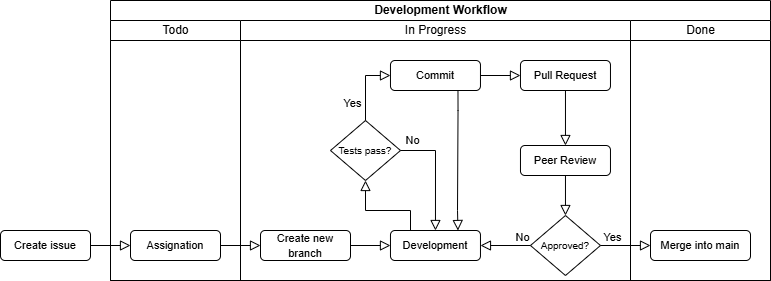
ITU-BDSA2024-GROUP18/Chirp keeps this draw.io diagram as docs/images/WorkflowDiagram.png. Above is the earlier version. Source tidied: cells renumbered, new cells last; positions are measured from the earlier drawing's top-left corner, leaving out a move shared by most shapes.
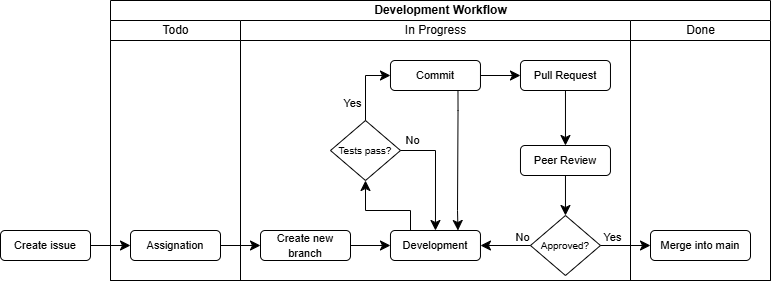
After the commit.

Commit message:
Edit ActivityDiagram & WorkflowDiagram

Diff of the diagram source:
```diff
@@ -20,7 +20,7 @@
     <mxCell id="7" value="&lt;span style=&quot;font-size: 11px;&quot;&gt;Commit&lt;/span&gt;" style="rounded=1;whiteSpace=wrap;html=1;fontSize=12;glass=0;strokeWidth=1;shadow=0;" parent="5" vertex="1">
       <mxGeometry x="150" y="40" width="90" height="30" as="geometry" />
     </mxCell>
-    <mxCell id="8" style="edgeStyle=orthogonalEdgeStyle;rounded=0;html=1;jettySize=auto;fontSize=11;endArrow=block;endFill=0;endSize=8;strokeWidth=1;shadow=0;labelBackgroundColor=none;exitX=0.75;exitY=1;exitDx=0;exitDy=0;spacingRight=-3;entryX=0.75;entryY=0;entryDx=0;entryDy=0;" parent="5" edge="1" source="7" target="6">
+    <mxCell id="8" style="edgeStyle=orthogonalEdgeStyle;rounded=0;html=1;jettySize=auto;fontSize=11;endArrow=classic;endFill=1;endSize=8;strokeWidth=1;shadow=0;labelBackgroundColor=none;exitX=0.75;exitY=1;exitDx=0;exitDy=0;spacingRight=-3;entryX=0.75;entryY=0;entryDx=0;entryDy=0;" parent="5" edge="1" source="7" target="6">
       <mxGeometry y="10" relative="1" as="geometry">
         <Array as="points">
           <mxPoint x="217" y="90" />
@@ -36,13 +36,13 @@
     <mxCell id="10" value="&lt;font&gt;Tests pass?&lt;/font&gt;" style="rhombus;whiteSpace=wrap;html=1;shadow=0;fontFamily=Helvetica;fontSize=10;align=center;strokeWidth=1;spacing=6;spacingTop=0;verticalAlign=middle;horizontal=1;" parent="5" vertex="1">
       <mxGeometry x="90" y="100" width="70" height="60" as="geometry" />
     </mxCell>
-    <mxCell id="11" value="Yes" style="rounded=0;html=1;jettySize=auto;fontSize=11;endArrow=block;endFill=0;endSize=8;strokeWidth=1;shadow=0;labelBackgroundColor=none;edgeStyle=orthogonalEdgeStyle;entryX=0;entryY=0.5;entryDx=0;entryDy=0;spacingTop=0;spacingRight=16;exitX=0.5;exitY=0;exitDx=0;exitDy=0;" parent="5" edge="1" source="10" target="7">
+    <mxCell id="11" value="Yes" style="rounded=0;html=1;jettySize=auto;fontSize=11;endArrow=classic;endFill=1;endSize=8;strokeWidth=1;shadow=0;labelBackgroundColor=none;edgeStyle=orthogonalEdgeStyle;entryX=0;entryY=0.5;entryDx=0;entryDy=0;spacingTop=0;spacingRight=16;exitX=0.5;exitY=0;exitDx=0;exitDy=0;" parent="5" edge="1" source="10" target="7">
       <mxGeometry x="-0.5" y="5" relative="1" as="geometry" />
     </mxCell>
-    <mxCell id="12" value="No" style="rounded=0;html=1;jettySize=auto;fontSize=11;endArrow=block;endFill=0;endSize=8;strokeWidth=1;shadow=0;labelBackgroundColor=none;edgeStyle=orthogonalEdgeStyle;entryX=0.5;entryY=0;entryDx=0;entryDy=0;spacingTop=0;spacingRight=16;exitX=1;exitY=0.5;exitDx=0;exitDy=0;" parent="5" edge="1" source="10" target="6">
+    <mxCell id="12" value="No" style="rounded=0;html=1;jettySize=auto;fontSize=11;endArrow=classic;endFill=1;endSize=8;strokeWidth=1;shadow=0;labelBackgroundColor=none;edgeStyle=orthogonalEdgeStyle;entryX=0.5;entryY=0;entryDx=0;entryDy=0;spacingTop=0;spacingRight=16;exitX=1;exitY=0.5;exitDx=0;exitDy=0;" parent="5" edge="1" source="10" target="6">
       <mxGeometry x="-0.65" y="10" relative="1" as="geometry" />
     </mxCell>
-    <mxCell id="13" style="edgeStyle=orthogonalEdgeStyle;rounded=0;html=1;jettySize=auto;fontSize=11;endArrow=block;endFill=0;endSize=8;strokeWidth=1;shadow=0;labelBackgroundColor=none;exitX=1;exitY=0.5;exitDx=0;exitDy=0;spacingRight=-3;entryX=0;entryY=0.5;entryDx=0;entryDy=0;" parent="5" edge="1" source="7" target="9">
+    <mxCell id="13" style="edgeStyle=orthogonalEdgeStyle;rounded=0;html=1;jettySize=auto;fontSize=11;endArrow=classic;endFill=1;endSize=8;strokeWidth=1;shadow=0;labelBackgroundColor=none;exitX=1;exitY=0.5;exitDx=0;exitDy=0;spacingRight=-3;entryX=0;entryY=0.5;entryDx=0;entryDy=0;" parent="5" edge="1" source="7" target="9">
       <mxGeometry y="10" relative="1" as="geometry" />
     </mxCell>
     <mxCell id="14" value="&lt;span style=&quot;font-size: 11px;&quot;&gt;Peer Review&lt;/span&gt;" style="rounded=1;whiteSpace=wrap;html=1;fontSize=12;glass=0;strokeWidth=1;shadow=0;" parent="5" vertex="1">
@@ -51,22 +51,22 @@
     <mxCell id="15" value="&lt;font&gt;Approved?&lt;/font&gt;" style="rhombus;whiteSpace=wrap;html=1;shadow=0;fontFamily=Helvetica;fontSize=10;align=center;strokeWidth=1;spacing=6;spacingTop=0;verticalAlign=middle;horizontal=1;" parent="5" vertex="1">
       <mxGeometry x="290" y="195" width="70" height="60" as="geometry" />
     </mxCell>
-    <mxCell id="16" value="No" style="rounded=0;html=1;jettySize=auto;fontSize=11;endArrow=block;endFill=0;endSize=8;strokeWidth=1;shadow=0;labelBackgroundColor=none;edgeStyle=orthogonalEdgeStyle;entryX=1;entryY=0.5;entryDx=0;entryDy=0;spacingTop=0;spacingRight=16;exitX=0;exitY=0.5;exitDx=0;exitDy=0;spacingBottom=6;" parent="5" edge="1" source="15" target="6">
+    <mxCell id="16" value="No" style="rounded=0;html=1;jettySize=auto;fontSize=11;endArrow=classic;endFill=1;endSize=8;strokeWidth=1;shadow=0;labelBackgroundColor=none;edgeStyle=orthogonalEdgeStyle;entryX=1;entryY=0.5;entryDx=0;entryDy=0;spacingTop=0;spacingRight=16;exitX=0;exitY=0.5;exitDx=0;exitDy=0;spacingBottom=6;" parent="5" edge="1" source="15" target="6">
       <mxGeometry x="-1" y="-5" relative="1" as="geometry" />
     </mxCell>
-    <mxCell id="17" style="edgeStyle=orthogonalEdgeStyle;rounded=0;html=1;jettySize=auto;fontSize=11;endArrow=block;endFill=0;endSize=8;strokeWidth=1;shadow=0;labelBackgroundColor=none;exitX=0.5;exitY=1;exitDx=0;exitDy=0;spacingRight=-3;entryX=0.5;entryY=0;entryDx=0;entryDy=0;" parent="5" edge="1" source="9" target="14">
+    <mxCell id="17" style="edgeStyle=orthogonalEdgeStyle;rounded=0;html=1;jettySize=auto;fontSize=11;endArrow=classic;endFill=1;endSize=8;strokeWidth=1;shadow=0;labelBackgroundColor=none;exitX=0.5;exitY=1;exitDx=0;exitDy=0;spacingRight=-3;entryX=0.5;entryY=0;entryDx=0;entryDy=0;" parent="5" edge="1" source="9" target="14">
       <mxGeometry y="10" relative="1" as="geometry" />
     </mxCell>
-    <mxCell id="18" style="edgeStyle=orthogonalEdgeStyle;rounded=0;html=1;jettySize=auto;fontSize=11;endArrow=block;endFill=0;endSize=8;strokeWidth=1;shadow=0;labelBackgroundColor=none;exitX=0.5;exitY=1;exitDx=0;exitDy=0;spacingRight=-3;entryX=0.5;entryY=0;entryDx=0;entryDy=0;" parent="5" edge="1" source="14" target="15">
+    <mxCell id="18" style="edgeStyle=orthogonalEdgeStyle;rounded=0;html=1;jettySize=auto;fontSize=11;endArrow=classic;endFill=1;endSize=8;strokeWidth=1;shadow=0;labelBackgroundColor=none;exitX=0.5;exitY=1;exitDx=0;exitDy=0;spacingRight=-3;entryX=0.5;entryY=0;entryDx=0;entryDy=0;" parent="5" edge="1" source="14" target="15">
       <mxGeometry y="10" relative="1" as="geometry" />
     </mxCell>
     <mxCell id="19" value="&lt;font style=&quot;font-size: 11px;&quot;&gt;Create new branch&lt;/font&gt;" style="rounded=1;whiteSpace=wrap;html=1;fontSize=12;glass=0;strokeWidth=1;shadow=0;" parent="5" vertex="1">
       <mxGeometry x="20" y="210" width="90" height="30" as="geometry" />
     </mxCell>
-    <mxCell id="20" style="edgeStyle=orthogonalEdgeStyle;rounded=0;html=1;jettySize=auto;fontSize=11;endArrow=block;endFill=0;endSize=8;strokeWidth=1;shadow=0;labelBackgroundColor=none;exitX=1;exitY=0.5;exitDx=0;exitDy=0;spacingRight=-3;entryX=0;entryY=0.5;entryDx=0;entryDy=0;" parent="5" edge="1" source="19" target="6">
+    <mxCell id="20" style="edgeStyle=orthogonalEdgeStyle;rounded=0;html=1;jettySize=auto;fontSize=11;endArrow=classic;endFill=1;endSize=8;strokeWidth=1;shadow=0;labelBackgroundColor=none;exitX=1;exitY=0.5;exitDx=0;exitDy=0;spacingRight=-3;entryX=0;entryY=0.5;entryDx=0;entryDy=0;" parent="5" edge="1" source="19" target="6">
       <mxGeometry y="10" relative="1" as="geometry" />
     </mxCell>
-    <mxCell id="21" style="edgeStyle=orthogonalEdgeStyle;rounded=0;html=1;jettySize=auto;fontSize=11;endArrow=block;endFill=0;endSize=8;strokeWidth=1;shadow=0;labelBackgroundColor=none;exitX=0.25;exitY=0;exitDx=0;exitDy=0;spacingRight=-3;entryX=0.5;entryY=1;entryDx=0;entryDy=0;" parent="5" edge="1" source="6" target="10">
+    <mxCell id="21" style="edgeStyle=orthogonalEdgeStyle;rounded=0;html=1;jettySize=auto;fontSize=11;endArrow=classic;endFill=1;endSize=8;strokeWidth=1;shadow=0;labelBackgroundColor=none;exitX=0.25;exitY=0;exitDx=0;exitDy=0;spacingRight=-3;entryX=0.5;entryY=1;entryDx=0;entryDy=0;" parent="5" edge="1" source="6" target="10">
       <mxGeometry y="10" relative="1" as="geometry">
         <Array as="points">
           <mxPoint x="170" y="210" />
@@ -81,16 +81,16 @@
     <mxCell id="23" value="&lt;font style=&quot;font-size: 11px;&quot;&gt;Merge into main&lt;/font&gt;" style="rounded=1;whiteSpace=wrap;html=1;fontSize=12;glass=0;strokeWidth=1;shadow=0;" parent="22" vertex="1">
       <mxGeometry x="20" y="210" width="100" height="30" as="geometry" />
     </mxCell>
-    <mxCell id="24" style="edgeStyle=orthogonalEdgeStyle;rounded=0;html=1;jettySize=auto;fontSize=11;endArrow=block;endFill=0;endSize=8;strokeWidth=1;shadow=0;labelBackgroundColor=none;exitX=1;exitY=0.5;exitDx=0;exitDy=0;spacingRight=-3;entryX=0;entryY=0.5;entryDx=0;entryDy=0;" parent="2" edge="1" source="4" target="19">
+    <mxCell id="24" style="edgeStyle=orthogonalEdgeStyle;rounded=0;html=1;jettySize=auto;fontSize=11;endArrow=classic;endFill=1;endSize=8;strokeWidth=1;shadow=0;labelBackgroundColor=none;exitX=1;exitY=0.5;exitDx=0;exitDy=0;spacingRight=-3;entryX=0;entryY=0.5;entryDx=0;entryDy=0;" parent="2" edge="1" source="4" target="19">
       <mxGeometry y="10" relative="1" as="geometry" />
     </mxCell>
-    <mxCell id="25" value="Yes" style="rounded=0;html=1;jettySize=auto;fontSize=11;endArrow=block;endFill=0;endSize=8;strokeWidth=1;shadow=0;labelBackgroundColor=none;edgeStyle=orthogonalEdgeStyle;spacingTop=0;spacingRight=16;exitX=1;exitY=0.5;exitDx=0;exitDy=0;spacingBottom=6;entryX=0;entryY=0.5;entryDx=0;entryDy=0;" parent="2" edge="1" source="15" target="23">
+    <mxCell id="25" value="Yes" style="rounded=0;html=1;jettySize=auto;fontSize=11;endArrow=classic;endFill=1;endSize=8;strokeWidth=1;shadow=0;labelBackgroundColor=none;edgeStyle=orthogonalEdgeStyle;spacingTop=0;spacingRight=16;exitX=1;exitY=0.5;exitDx=0;exitDy=0;spacingBottom=6;entryX=0;entryY=0.5;entryDx=0;entryDy=0;" parent="2" edge="1" source="15" target="23">
       <mxGeometry x="-0.2" y="5" relative="1" as="geometry" />
     </mxCell>
     <mxCell id="26" value="&lt;font style=&quot;font-size: 11px;&quot;&gt;Create issue&lt;/font&gt;" style="rounded=1;whiteSpace=wrap;html=1;fontSize=12;glass=0;strokeWidth=1;shadow=0;" parent="1" vertex="1">
       <mxGeometry y="230" width="90" height="30" as="geometry" />
     </mxCell>
-    <mxCell id="27" style="edgeStyle=orthogonalEdgeStyle;rounded=0;html=1;jettySize=auto;fontSize=11;endArrow=block;endFill=0;endSize=8;strokeWidth=1;shadow=0;labelBackgroundColor=none;exitX=1;exitY=0.5;exitDx=0;exitDy=0;spacingRight=-3;entryX=0;entryY=0.5;entryDx=0;entryDy=0;" parent="1" edge="1" source="26" target="4">
+    <mxCell id="27" style="edgeStyle=orthogonalEdgeStyle;rounded=0;html=1;jettySize=auto;fontSize=11;endArrow=classic;endFill=1;endSize=8;strokeWidth=1;shadow=0;labelBackgroundColor=none;exitX=1;exitY=0.5;exitDx=0;exitDy=0;spacingRight=-3;entryX=0;entryY=0.5;entryDx=0;entryDy=0;" parent="1" edge="1" source="26" target="4">
       <mxGeometry y="10" relative="1" as="geometry" />
     </mxCell>
   </root>
```
